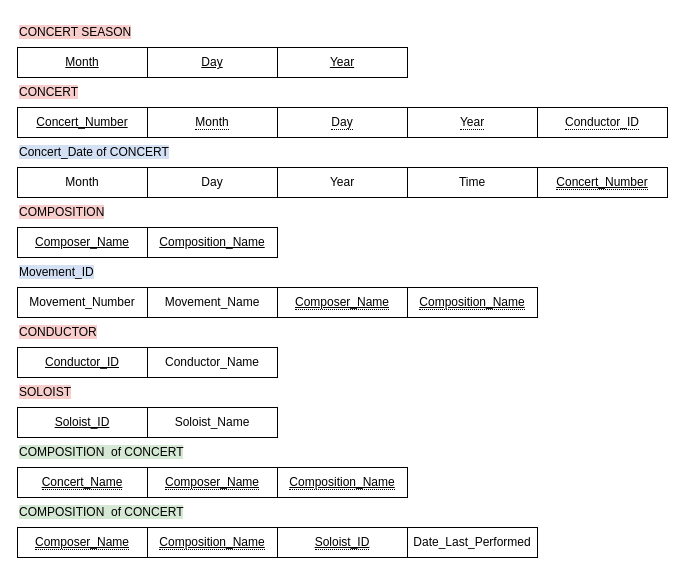
Above: page "交響樂團資料庫1" (1 of 4) of HW2/HW2.drawio in alicejimmy/2022-Bioinformatics-and-Medical-Databases-HW (draw.io), before the change. Source tidied: cells renumbered, new cells numbered last; positions are measured from the earlier drawing's top-left corner, leaving out a move shared by most shapes. Both pictures are drawn from the tidied source at 100%, with x=0, y=0 at pixel (17, 17).
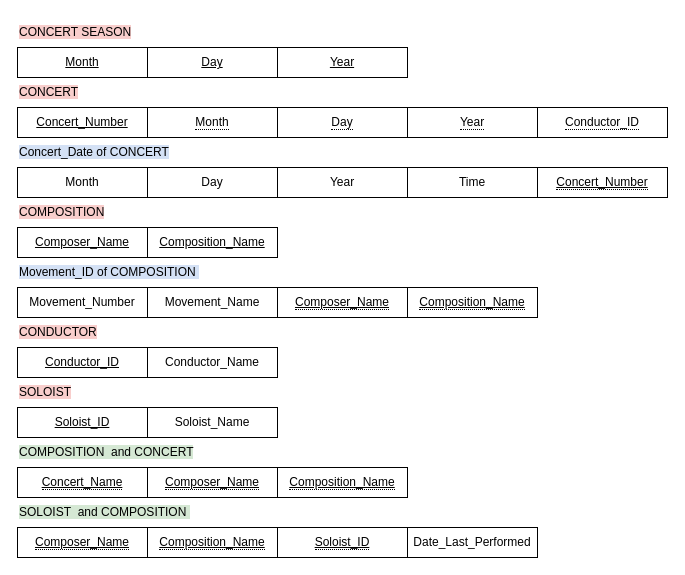
After the change.

The edit, as a diff of the source:
```diff
@@
-    <mxCell id="21" value="&lt;span style=&quot;background-color: rgb(212, 225, 245);&quot;&gt;Movement_ID&lt;/span&gt;" style="text;html=1;align=left;verticalAlign=middle;strokeColor=none;fillColor=none;" parent="1" vertex="1">
-      <mxGeometry y="240" width="100" height="30" as="geometry" />
+    <mxCell id="21" value="&lt;span style=&quot;background-color: rgb(212, 225, 245);&quot;&gt;Movement_ID of&amp;nbsp;COMPOSITION&amp;nbsp;&lt;/span&gt;" style="text;html=1;align=left;verticalAlign=middle;strokeColor=none;fillColor=none;" parent="1" vertex="1">
+      <mxGeometry y="240" width="200" height="30" as="geometry" />
     </mxCell>
@@
-    <mxCell id="32" value="&lt;span style=&quot;background-color: rgb(213, 232, 212);&quot;&gt;COMPOSITION&amp;nbsp; of CONCERT&lt;/span&gt;" style="text;html=1;align=left;verticalAlign=middle;strokeColor=none;fillColor=none;" parent="1" vertex="1">
-      <mxGeometry y="420" width="190" height="30" as="geometry" />
+    <mxCell id="32" value="&lt;span style=&quot;background-color: rgb(213, 232, 212);&quot;&gt;COMPOSITION&amp;nbsp; and CONCERT&lt;/span&gt;" style="text;html=1;align=left;verticalAlign=middle;strokeColor=none;fillColor=none;" parent="1" vertex="1">
+      <mxGeometry y="420" width="200" height="30" as="geometry" />
     </mxCell>
@@
-    <mxCell id="36" value="&lt;span style=&quot;background-color: rgb(213, 232, 212);&quot;&gt;COMPOSITION&amp;nbsp; of CONCERT&lt;/span&gt;" style="text;html=1;align=left;verticalAlign=middle;strokeColor=none;fillColor=none;" parent="1" vertex="1">
+    <mxCell id="36" value="&lt;span style=&quot;background-color: rgb(213, 232, 212);&quot;&gt;SOLOIST&amp;nbsp; and COMPOSITION&amp;nbsp;&lt;/span&gt;" style="text;html=1;align=left;verticalAlign=middle;strokeColor=none;fillColor=none;" parent="1" vertex="1">
       <mxGeometry y="480" width="190" height="30" as="geometry" />
     </mxCell>
```
